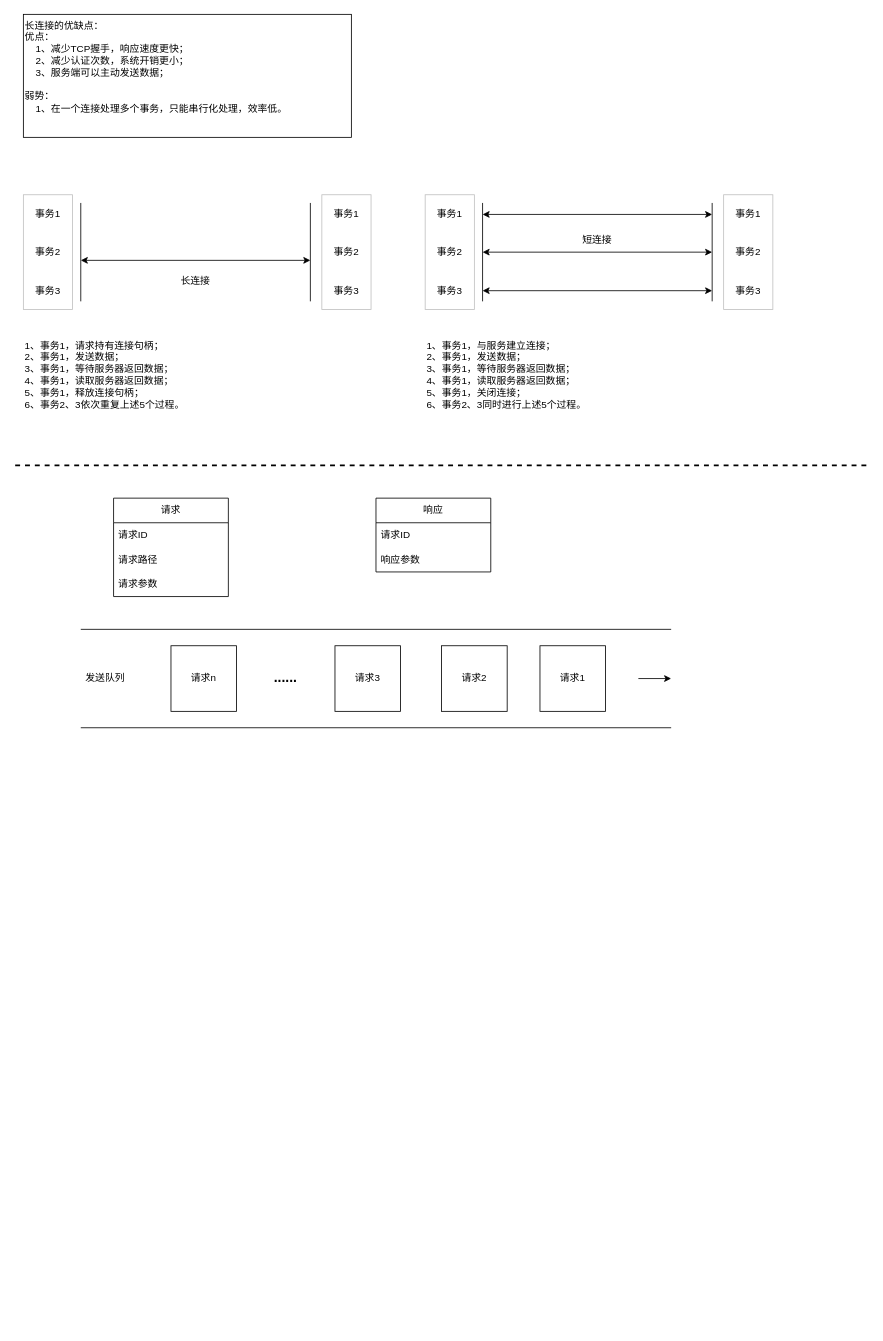
The draw.io diagram page "在长连接实现短链接效果" (2 of 4) of StreamOA架构设计.drawio in zebra-min/my-design, before the edit. Source tidied: cells renumbered, new cells numbered last; positions are measured from the earlier drawing's top-left corner, leaving out a move shared by most shapes. Both pictures are drawn from the tidied source at 82%, with x=0, y=0 at pixel (15, 14).
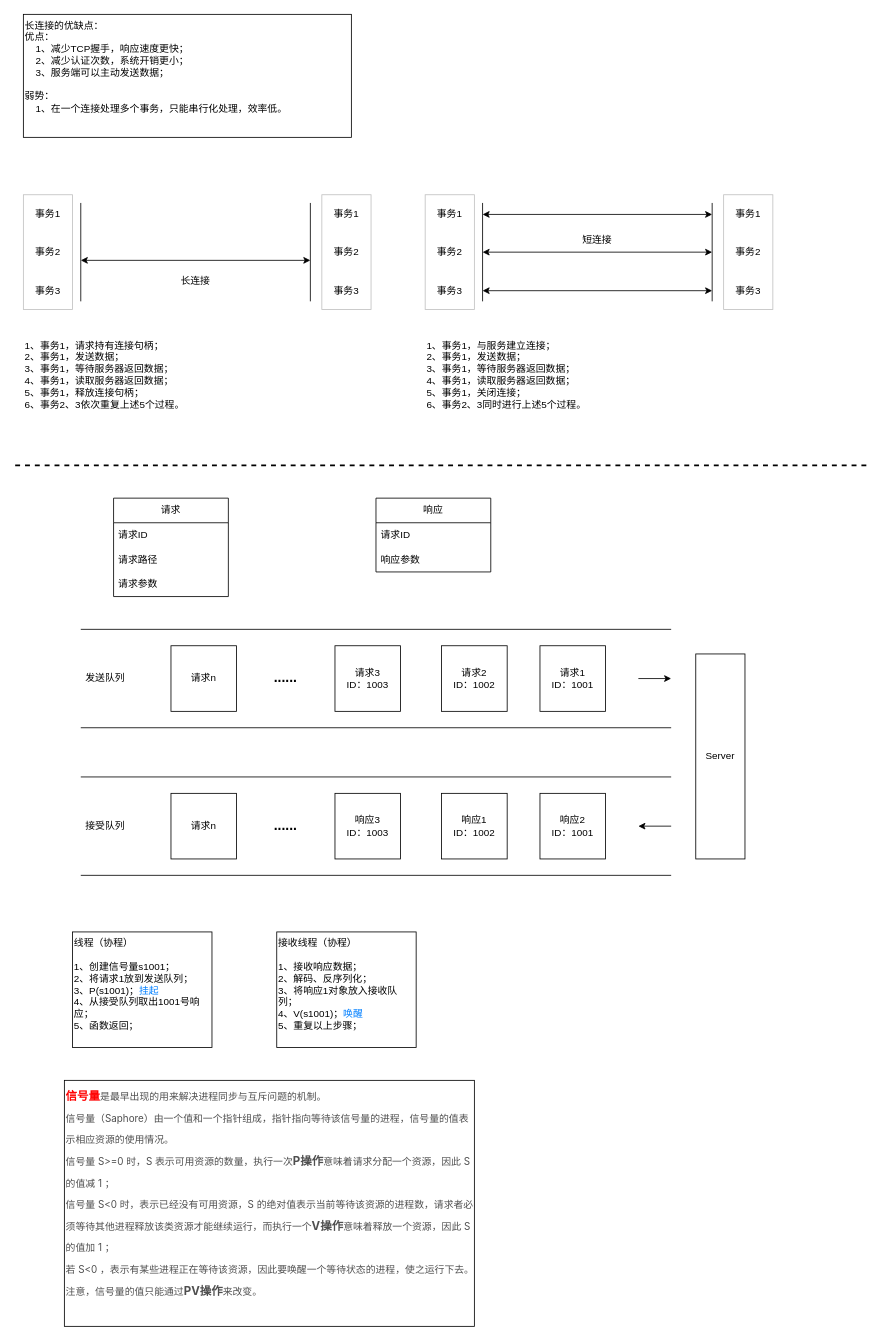
Above is the later version.

Diff of the diagram source:
```diff
@@
-    <mxCell id="50" value="请求2" style="whiteSpace=wrap;html=1;" parent="1" vertex="1">
+    <mxCell id="50" value="请求2&lt;br&gt;ID：1002" style="whiteSpace=wrap;html=1;" parent="1" vertex="1">
       <mxGeometry x="520" y="770" width="80" height="80" as="geometry" />
     </mxCell>
-    <mxCell id="51" value="请求3" style="whiteSpace=wrap;html=1;" parent="1" vertex="1">
+    <mxCell id="51" value="请求3&lt;br&gt;ID：1003" style="whiteSpace=wrap;html=1;" parent="1" vertex="1">
       <mxGeometry x="390" y="770" width="80" height="80" as="geometry" />
     </mxCell>
-    <mxCell id="52" value="请求1" style="whiteSpace=wrap;html=1;" parent="1" vertex="1">
+    <mxCell id="52" value="请求1&lt;br&gt;ID：1001" style="whiteSpace=wrap;html=1;" parent="1" vertex="1">
       <mxGeometry x="640" y="770" width="80" height="80" as="geometry" />
     </mxCell>
@@
+    <mxCell id="60" value="线程（协程）&lt;br&gt;&lt;br&gt;1、创建信号量s1001；&lt;br&gt;2、将请求1放到发送队列；&lt;br&gt;3、P(s1001)；&lt;font color=&quot;#007fff&quot;&gt;挂起&lt;/font&gt;&lt;br&gt;4、从接受队列取出1001号响应；&lt;br&gt;5、函数返回；" style="text;strokeColor=default;align=left;fillColor=none;html=1;verticalAlign=top;whiteSpace=wrap;rounded=0;" parent="1" vertex="1">
+      <mxGeometry x="70" y="1119" width="170" height="141" as="geometry" />
+    </mxCell>
+    <mxCell id="61" style="endArrow=none;html=1;rounded=0;" parent="1" edge="1">
+      <mxGeometry relative="1" as="geometry">
+        <mxPoint x="80" y="930" as="sourcePoint" />
+        <mxPoint x="800" y="930" as="targetPoint" />
+      </mxGeometry>
+    </mxCell>
+    <mxCell id="62" value="请求n" style="whiteSpace=wrap;html=1;" parent="1" vertex="1">
+      <mxGeometry x="190" y="950" width="80" height="80" as="geometry" />
+    </mxCell>
+    <mxCell id="63" value="响应1&lt;br&gt;ID：1002" style="whiteSpace=wrap;html=1;" parent="1" vertex="1">
+      <mxGeometry x="520" y="950" width="80" height="80" as="geometry" />
+    </mxCell>
+    <mxCell id="64" value="响应3&lt;br&gt;ID：1003" style="whiteSpace=wrap;html=1;" parent="1" vertex="1">
+      <mxGeometry x="390" y="950" width="80" height="80" as="geometry" />
+    </mxCell>
+    <mxCell id="65" value="响应2&lt;br&gt;ID：1001" style="whiteSpace=wrap;html=1;" parent="1" vertex="1">
+      <mxGeometry x="640" y="950" width="80" height="80" as="geometry" />
+    </mxCell>
+    <mxCell id="66" value="......" style="text;strokeColor=none;align=center;fillColor=none;html=1;verticalAlign=middle;whiteSpace=wrap;rounded=0;fontSize=17;fontStyle=1;" parent="1" vertex="1">
+      <mxGeometry x="300" y="975" width="60" height="30" as="geometry" />
+    </mxCell>
+    <mxCell id="67" style="endArrow=none;html=1;rounded=0;" parent="1" edge="1">
+      <mxGeometry relative="1" as="geometry">
+        <mxPoint x="80" y="1050" as="sourcePoint" />
+        <mxPoint x="800" y="1050" as="targetPoint" />
+      </mxGeometry>
+    </mxCell>
+    <mxCell id="68" value="接受队列" style="text;strokeColor=none;align=center;fillColor=none;html=1;verticalAlign=middle;whiteSpace=wrap;rounded=0;" parent="1" vertex="1">
+      <mxGeometry x="80" y="975" width="60" height="30" as="geometry" />
+    </mxCell>
+    <mxCell id="69" style="endArrow=classic;html=1;rounded=0;" parent="1" edge="1">
+      <mxGeometry relative="1" as="geometry">
+        <mxPoint x="800" y="990" as="sourcePoint" />
+        <mxPoint x="760" y="990" as="targetPoint" />
+      </mxGeometry>
+    </mxCell>
+    <mxCell id="70" value="Server" style="rounded=0;whiteSpace=wrap;html=1;" parent="1" vertex="1">
+      <mxGeometry x="830" y="780" width="60" height="250" as="geometry" />
+    </mxCell>
+    <mxCell id="71" value="接收线程（协程）&lt;br&gt;&lt;br&gt;1、接收响应数据；&lt;br&gt;2、解码、反序列化；&lt;br&gt;3、将响应1对象放入接收队列；&lt;br&gt;4、V(s1001)；&lt;font color=&quot;#007fff&quot;&gt;唤醒&lt;/font&gt;&lt;br&gt;5、重复以上步骤；" style="text;strokeColor=default;align=left;fillColor=none;html=1;verticalAlign=top;whiteSpace=wrap;rounded=0;" parent="1" vertex="1">
+      <mxGeometry x="319" y="1119" width="170" height="141" as="geometry" />
+    </mxCell>
+    <mxCell id="72" value="&lt;p style=&quot;box-sizing: border-box; outline: 0px; margin: 0px; padding: 0px; overflow: auto hidden; line-height: 26px; overflow-wrap: break-word;&quot;&gt;&lt;font face=&quot;-apple-system, SF UI Text, Arial, PingFang SC, Hiragino Sans GB, Microsoft YaHei, WenQuanYi Micro Hei, sans-serif, SimHei, SimSun&quot;&gt;&lt;b style=&quot;&quot;&gt;&lt;font color=&quot;#ff0000&quot; style=&quot;font-size: 14px;&quot;&gt;信号量&lt;/font&gt;&lt;/b&gt;&lt;font color=&quot;#4f4f4f&quot;&gt;是最早出现的用来解决进程同步与互斥问题的机制。&lt;/font&gt;&lt;/font&gt;&lt;/p&gt;&lt;p style=&quot;box-sizing: border-box; outline: 0px; margin: 0px; padding: 0px; overflow: auto hidden; line-height: 26px; overflow-wrap: break-word;&quot;&gt;&lt;font face=&quot;-apple-system, SF UI Text, Arial, PingFang SC, Hiragino Sans GB, Microsoft YaHei, WenQuanYi Micro Hei, sans-serif, SimHei, SimSun&quot; color=&quot;#4f4f4f&quot;&gt;&lt;span style=&quot;font-size: 12px;&quot;&gt;信号量（Saphore）由一个值和一个指针组成，指针指向等待该信号量的进程，信号量的值表示相应资源的使用情况。&lt;/span&gt;&lt;/font&gt;&lt;/p&gt;&lt;p style=&quot;box-sizing: border-box; outline: 0px; margin: 0px; padding: 0px; overflow: auto hidden; line-height: 26px; overflow-wrap: break-word;&quot;&gt;&lt;font face=&quot;-apple-system, SF UI Text, Arial, PingFang SC, Hiragino Sans GB, Microsoft YaHei, WenQuanYi Micro Hei, sans-serif, SimHei, SimSun&quot; color=&quot;#4f4f4f&quot;&gt;&lt;span style=&quot;font-size: 12px;&quot;&gt;信号量 S&amp;gt;=0 时，S 表示可用资源的数量，执行一次&lt;/span&gt;&lt;b style=&quot;&quot;&gt;&lt;font style=&quot;font-size: 14px;&quot;&gt;P操作&lt;/font&gt;&lt;/b&gt;&lt;span style=&quot;font-size: 12px;&quot;&gt;意味着请求分配一个资源，因此 S 的值减 1 ；&lt;/span&gt;&lt;/font&gt;&lt;/p&gt;&lt;p style=&quot;box-sizing: border-box; outline: 0px; margin: 0px; padding: 0px; overflow: auto hidden; line-height: 26px; overflow-wrap: break-word;&quot;&gt;&lt;font face=&quot;-apple-system, SF UI Text, Arial, PingFang SC, Hiragino Sans GB, Microsoft YaHei, WenQuanYi Micro Hei, sans-serif, SimHei, SimSun&quot; color=&quot;#4f4f4f&quot;&gt;&lt;span style=&quot;font-size: 12px;&quot;&gt;信号量 S&amp;lt;0 时，表示已经没有可用资源，S 的绝对值表示当前等待该资源的进程数，请求者必须等待其他进程释放该类资源才能继续运行，而执行一个&lt;/span&gt;&lt;b style=&quot;&quot;&gt;&lt;font style=&quot;font-size: 14px;&quot;&gt;V操作&lt;/font&gt;&lt;/b&gt;&lt;span style=&quot;font-size: 12px;&quot;&gt;意味着释放一个资源，因此 S 的值加 1 ；&lt;/span&gt;&lt;/font&gt;&lt;/p&gt;&lt;p style=&quot;box-sizing: border-box; outline: 0px; margin: 0px; padding: 0px; overflow: auto hidden; line-height: 26px; overflow-wrap: break-word;&quot;&gt;&lt;font face=&quot;-apple-system, SF UI Text, Arial, PingFang SC, Hiragino Sans GB, Microsoft YaHei, WenQuanYi Micro Hei, sans-serif, SimHei, SimSun&quot; color=&quot;#4f4f4f&quot;&gt;&lt;span style=&quot;font-size: 12px;&quot;&gt;若 S&amp;lt;0 ，表示有某些进程正在等待该资源，因此要唤醒一个等待状态的进程，使之运行下去。&lt;/span&gt;&lt;/font&gt;&lt;/p&gt;&lt;p style=&quot;box-sizing: border-box; outline: 0px; margin: 0px; padding: 0px; overflow: auto hidden; line-height: 26px; overflow-wrap: break-word;&quot;&gt;&lt;font face=&quot;-apple-system, SF UI Text, Arial, PingFang SC, Hiragino Sans GB, Microsoft YaHei, WenQuanYi Micro Hei, sans-serif, SimHei, SimSun&quot; color=&quot;#4f4f4f&quot;&gt;&lt;span style=&quot;font-size: 12px;&quot;&gt;注意，信号量的值只能通过&lt;/span&gt;&lt;b style=&quot;&quot;&gt;&lt;font style=&quot;font-size: 14px;&quot;&gt;PV操作&lt;/font&gt;&lt;/b&gt;&lt;span style=&quot;font-size: 12px;&quot;&gt;来改变。&lt;/span&gt;&lt;/font&gt;&lt;/p&gt;" style="text;strokeColor=default;align=left;fillColor=none;html=1;verticalAlign=top;whiteSpace=wrap;rounded=0;fontSize=12;" parent="1" vertex="1">
+      <mxGeometry x="60" y="1300" width="500" height="300" as="geometry" />
+    </mxCell>
```
